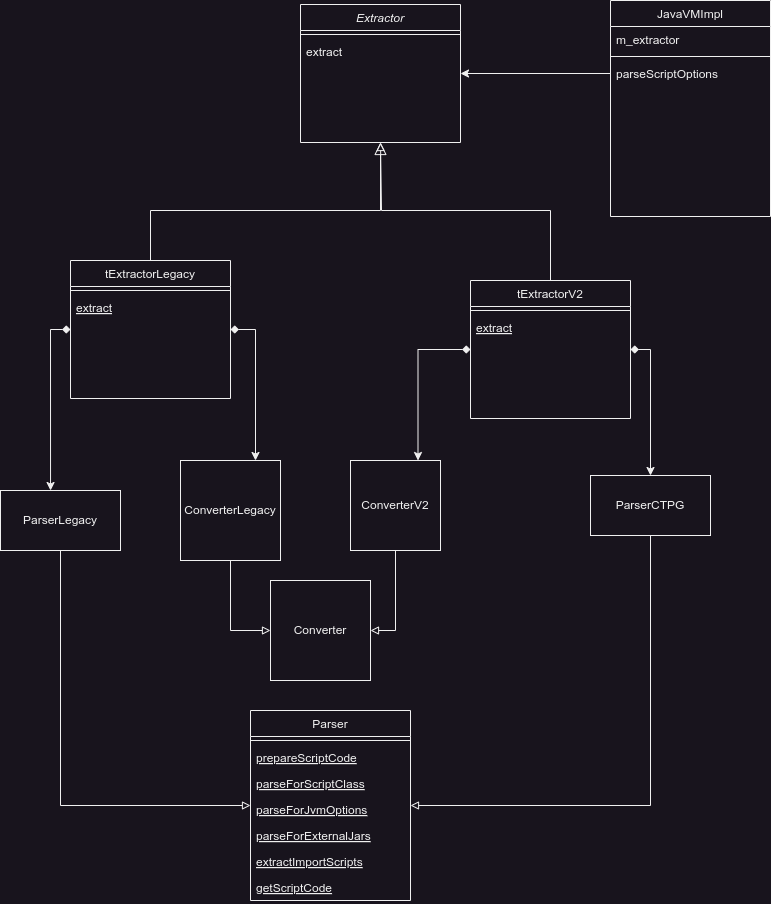
exasol/script-languages keeps this draw.io diagram as exaudfclient/docs/java_script_options_parser.drawio.png. Above is the earlier version. Source tidied: cells renumbered, new cells last; positions are measured from the earlier drawing's top-left corner, leaving out a move shared by most shapes. Its diagram source:
```xml
<mxGraphModel>
  <root>
    <mxCell id="0" />
    <mxCell id="1" parent="0" />
    <mxCell id="2" value="Extractor" style="swimlane;fontStyle=2;align=center;verticalAlign=top;horizontal=1;startSize=26;rounded=0;shadow=0;strokeWidth=1;" parent="1" vertex="1">
      <mxGeometry x="300" y="4" width="160" height="138" as="geometry" />
    </mxCell>
    <mxCell id="3" style="line;html=1;strokeWidth=1;align=left;verticalAlign=middle;spacingTop=-1;spacingLeft=3;spacingRight=3;labelPosition=right;" parent="2" vertex="1">
      <mxGeometry y="26" width="160" height="8" as="geometry" />
    </mxCell>
    <mxCell id="4" value="extract" style="text;align=left;verticalAlign=top;spacingLeft=4;spacingRight=4;overflow=hidden;" parent="2" vertex="1">
      <mxGeometry y="34" width="160" height="26" as="geometry" />
    </mxCell>
    <mxCell id="5" style="edgeStyle=orthogonalEdgeStyle;rounded=0;jettySize=auto;html=1;exitX=1;exitY=0.5;exitDx=0;exitDy=0;entryX=0.75;entryY=0;entryDx=0;entryDy=0;startArrow=diamond;startFill=1;" parent="1" edge="1" source="6" target="19">
      <mxGeometry relative="1" as="geometry" />
    </mxCell>
    <mxCell id="6" value="tExtractorLegacy" style="swimlane;fontStyle=0;align=center;verticalAlign=top;horizontal=1;startSize=26;rounded=0;shadow=0;strokeWidth=1;" parent="1" vertex="1">
      <mxGeometry x="70" y="260" width="160" height="138" as="geometry" />
    </mxCell>
    <mxCell id="7" style="line;html=1;strokeWidth=1;align=left;verticalAlign=middle;spacingTop=-1;spacingLeft=3;spacingRight=3;labelPosition=right;" parent="6" vertex="1">
      <mxGeometry y="26" width="160" height="8" as="geometry" />
    </mxCell>
    <mxCell id="8" value="extract" style="text;align=left;verticalAlign=top;spacingLeft=4;spacingRight=4;overflow=hidden;fontStyle=4;" parent="6" vertex="1">
      <mxGeometry y="34" width="160" height="26" as="geometry" />
    </mxCell>
    <mxCell id="9" style="endArrow=block;endSize=10;endFill=0;shadow=0;strokeWidth=1;rounded=0;curved=0;edgeStyle=elbowEdgeStyle;elbow=vertical;" parent="1" edge="1" source="6" target="2">
      <mxGeometry relative="1" as="geometry">
        <Array as="points">
          <mxPoint x="270" y="210" />
        </Array>
      </mxGeometry>
    </mxCell>
    <mxCell id="10" value="JavaVMImpl" style="swimlane;fontStyle=0;align=center;verticalAlign=top;horizontal=1;startSize=26;rounded=0;shadow=0;strokeWidth=1;" parent="1" vertex="1">
      <mxGeometry x="610" width="160" height="216" as="geometry" />
    </mxCell>
    <mxCell id="11" value="m_extractor" style="text;align=left;verticalAlign=top;spacingLeft=4;spacingRight=4;overflow=hidden;rounded=0;shadow=0;html=0;" parent="10" vertex="1">
      <mxGeometry y="26" width="160" height="26" as="geometry" />
    </mxCell>
    <mxCell id="12" style="line;html=1;strokeWidth=1;align=left;verticalAlign=middle;spacingTop=-1;spacingLeft=3;spacingRight=3;labelPosition=right;" parent="10" vertex="1">
      <mxGeometry y="52" width="160" height="8" as="geometry" />
    </mxCell>
    <mxCell id="13" value="parseScriptOptions" style="text;align=left;verticalAlign=top;spacingLeft=4;spacingRight=4;overflow=hidden;points=[[0,0.5],[1,0.5]];portConstraint=eastwest;" parent="10" vertex="1">
      <mxGeometry y="60" width="160" height="26" as="geometry" />
    </mxCell>
    <mxCell id="14" style="edgeStyle=orthogonalEdgeStyle;rounded=0;jettySize=auto;html=1;exitX=0.5;exitY=1;exitDx=0;exitDy=0;entryX=0;entryY=0.5;entryDx=0;entryDy=0;endArrow=block;endFill=0;" parent="1" edge="1" source="15" target="30">
      <mxGeometry relative="1" as="geometry" />
    </mxCell>
    <mxCell id="15" value="ParserLegacy" style="rounded=0;whiteSpace=wrap;html=1;" parent="1" vertex="1">
      <mxGeometry y="490" width="120" height="60" as="geometry" />
    </mxCell>
    <mxCell id="16" style="edgeStyle=orthogonalEdgeStyle;rounded=0;jettySize=auto;html=1;exitX=0.5;exitY=1;exitDx=0;exitDy=0;entryX=1;entryY=0.5;entryDx=0;entryDy=0;endArrow=block;endFill=0;" parent="1" edge="1" source="17" target="30">
      <mxGeometry relative="1" as="geometry" />
    </mxCell>
    <mxCell id="17" value="ParserCTPG" style="rounded=0;whiteSpace=wrap;html=1;" parent="1" vertex="1">
      <mxGeometry x="590" y="475" width="120" height="60" as="geometry" />
    </mxCell>
    <mxCell id="18" style="edgeStyle=orthogonalEdgeStyle;rounded=0;jettySize=auto;html=1;exitX=0.5;exitY=1;exitDx=0;exitDy=0;entryX=0;entryY=0.5;entryDx=0;entryDy=0;endArrow=block;endFill=0;" parent="1" edge="1" source="19" target="38">
      <mxGeometry relative="1" as="geometry" />
    </mxCell>
    <mxCell id="19" value="ConverterLegacy" style="whiteSpace=wrap;html=1;" parent="1" vertex="1">
      <mxGeometry x="180" y="460" width="100" height="100" as="geometry" />
    </mxCell>
    <mxCell id="20" style="edgeStyle=orthogonalEdgeStyle;rounded=0;jettySize=auto;html=1;exitX=0.5;exitY=1;exitDx=0;exitDy=0;entryX=1;entryY=0.5;entryDx=0;entryDy=0;endArrow=block;endFill=0;" parent="1" edge="1" source="21" target="38">
      <mxGeometry relative="1" as="geometry" />
    </mxCell>
    <mxCell id="21" value="ConverterV2" style="whiteSpace=wrap;html=1;" parent="1" vertex="1">
      <mxGeometry x="350" y="460" width="90" height="90" as="geometry" />
    </mxCell>
    <mxCell id="22" style="edgeStyle=orthogonalEdgeStyle;rounded=0;jettySize=auto;html=1;entryX=0.75;entryY=0;entryDx=0;entryDy=0;startArrow=diamond;startFill=1;exitX=0;exitY=0.5;exitDx=0;exitDy=0;" parent="1" edge="1" source="25" target="21">
      <mxGeometry relative="1" as="geometry" />
    </mxCell>
    <mxCell id="23" style="edgeStyle=orthogonalEdgeStyle;rounded=0;jettySize=auto;html=1;exitX=0.5;exitY=0;exitDx=0;exitDy=0;endArrow=block;endFill=0;entryX=0.5;entryY=1;entryDx=0;entryDy=0;" parent="1" edge="1" source="25" target="2">
      <mxGeometry relative="1" as="geometry">
        <Array as="points">
          <mxPoint x="550" y="210" />
          <mxPoint x="381" y="210" />
        </Array>
      </mxGeometry>
    </mxCell>
    <mxCell id="24" style="edgeStyle=orthogonalEdgeStyle;rounded=0;jettySize=auto;html=1;exitX=1;exitY=0.5;exitDx=0;exitDy=0;entryX=0.5;entryY=0;entryDx=0;entryDy=0;startArrow=diamond;startFill=1;" parent="1" edge="1" source="25" target="17">
      <mxGeometry relative="1" as="geometry" />
    </mxCell>
    <mxCell id="25" value="tExtractorV2" style="swimlane;fontStyle=0;align=center;verticalAlign=top;horizontal=1;startSize=26;rounded=0;shadow=0;strokeWidth=1;" parent="1" vertex="1">
      <mxGeometry x="470" y="280" width="160" height="138" as="geometry" />
    </mxCell>
    <mxCell id="26" style="line;html=1;strokeWidth=1;align=left;verticalAlign=middle;spacingTop=-1;spacingLeft=3;spacingRight=3;labelPosition=right;" parent="25" vertex="1">
      <mxGeometry y="26" width="160" height="8" as="geometry" />
    </mxCell>
    <mxCell id="27" value="extract" style="text;align=left;verticalAlign=top;spacingLeft=4;spacingRight=4;overflow=hidden;fontStyle=4;" parent="25" vertex="1">
      <mxGeometry y="34" width="160" height="26" as="geometry" />
    </mxCell>
    <mxCell id="28" style="edgeStyle=orthogonalEdgeStyle;rounded=0;jettySize=auto;html=1;exitX=0;exitY=0.5;exitDx=0;exitDy=0;entryX=0.417;entryY=0;entryDx=0;entryDy=0;entryPerimeter=0;startArrow=diamond;startFill=1;" parent="1" edge="1" source="6" target="15">
      <mxGeometry relative="1" as="geometry" />
    </mxCell>
    <mxCell id="29" style="edgeStyle=orthogonalEdgeStyle;rounded=0;jettySize=auto;html=1;exitX=0;exitY=0.5;exitDx=0;exitDy=0;entryX=1;entryY=0.5;entryDx=0;entryDy=0;" parent="1" edge="1" source="13" target="2">
      <mxGeometry relative="1" as="geometry" />
    </mxCell>
    <mxCell id="30" value="Parser" style="swimlane;fontStyle=0;align=center;verticalAlign=top;horizontal=1;startSize=26;rounded=0;shadow=0;strokeWidth=1;" parent="1" vertex="1">
      <mxGeometry x="250" y="710" width="160" height="190" as="geometry" />
    </mxCell>
    <mxCell id="31" style="line;html=1;strokeWidth=1;align=left;verticalAlign=middle;spacingTop=-1;spacingLeft=3;spacingRight=3;labelPosition=right;" parent="30" vertex="1">
      <mxGeometry y="26" width="160" height="8" as="geometry" />
    </mxCell>
    <mxCell id="32" value="prepareScriptCode&#10;" style="text;align=left;verticalAlign=top;spacingLeft=4;spacingRight=4;overflow=hidden;fontStyle=4;" parent="30" vertex="1">
      <mxGeometry y="34" width="160" height="26" as="geometry" />
    </mxCell>
    <mxCell id="33" value="parseForScriptClass&#10;" style="text;align=left;verticalAlign=top;spacingLeft=4;spacingRight=4;overflow=hidden;fontStyle=4;" parent="30" vertex="1">
      <mxGeometry y="60" width="160" height="26" as="geometry" />
    </mxCell>
    <mxCell id="34" value="parseForJvmOptions&#10;" style="text;align=left;verticalAlign=top;spacingLeft=4;spacingRight=4;overflow=hidden;fontStyle=4;" parent="30" vertex="1">
      <mxGeometry y="86" width="160" height="26" as="geometry" />
    </mxCell>
    <mxCell id="35" value="parseForExternalJars&#10;" style="text;align=left;verticalAlign=top;spacingLeft=4;spacingRight=4;overflow=hidden;fontStyle=4;" parent="30" vertex="1">
      <mxGeometry y="112" width="160" height="26" as="geometry" />
    </mxCell>
    <mxCell id="36" value="extractImportScripts&#10;" style="text;align=left;verticalAlign=top;spacingLeft=4;spacingRight=4;overflow=hidden;fontStyle=4;" parent="30" vertex="1">
      <mxGeometry y="138" width="160" height="26" as="geometry" />
    </mxCell>
    <mxCell id="37" value="getScriptCode&#10;" style="text;align=left;verticalAlign=top;spacingLeft=4;spacingRight=4;overflow=hidden;fontStyle=4;" parent="30" vertex="1">
      <mxGeometry y="164" width="160" height="26" as="geometry" />
    </mxCell>
    <mxCell id="38" value="Converter" style="whiteSpace=wrap;html=1;" parent="1" vertex="1">
      <mxGeometry x="270" y="580" width="100" height="100" as="geometry" />
    </mxCell>
  </root>
</mxGraphModel>
```
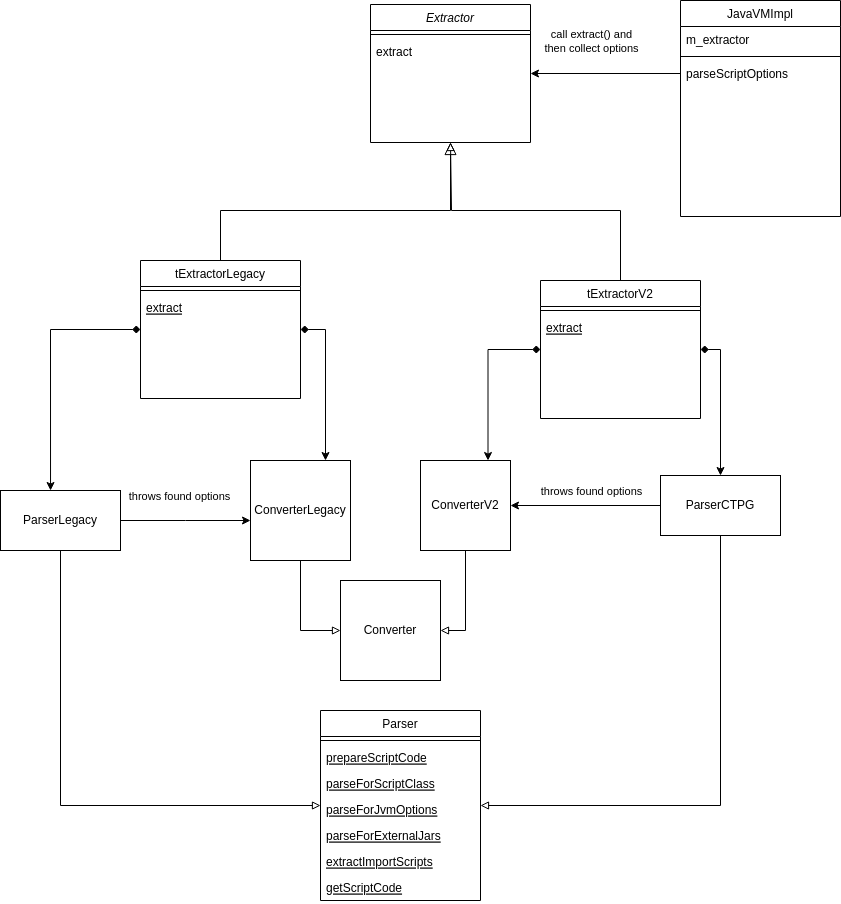
Above is the later version.

Diff of the diagram source:
```diff
@@ -46,7 +46,7 @@
       <mxGeometry relative="1" as="geometry" />
     </mxCell>
     <mxCell id="15" value="ParserLegacy" style="rounded=0;whiteSpace=wrap;html=1;" parent="1" vertex="1">
-      <mxGeometry y="490" width="120" height="60" as="geometry" />
+      <mxGeometry x="-70" y="490" width="120" height="60" as="geometry" />
     </mxCell>
     <mxCell id="16" style="edgeStyle=orthogonalEdgeStyle;rounded=0;jettySize=auto;html=1;exitX=0.5;exitY=1;exitDx=0;exitDy=0;entryX=1;entryY=0.5;entryDx=0;entryDy=0;endArrow=block;endFill=0;" parent="1" edge="1" source="17" target="30">
       <mxGeometry relative="1" as="geometry" />
@@ -92,9 +92,6 @@
     <mxCell id="28" style="edgeStyle=orthogonalEdgeStyle;rounded=0;jettySize=auto;html=1;exitX=0;exitY=0.5;exitDx=0;exitDy=0;entryX=0.417;entryY=0;entryDx=0;entryDy=0;entryPerimeter=0;startArrow=diamond;startFill=1;" parent="1" edge="1" source="6" target="15">
       <mxGeometry relative="1" as="geometry" />
     </mxCell>
-    <mxCell id="29" style="edgeStyle=orthogonalEdgeStyle;rounded=0;jettySize=auto;html=1;exitX=0;exitY=0.5;exitDx=0;exitDy=0;entryX=1;entryY=0.5;entryDx=0;entryDy=0;" parent="1" edge="1" source="13" target="2">
-      <mxGeometry relative="1" as="geometry" />
-    </mxCell>
     <mxCell id="30" value="Parser" style="swimlane;fontStyle=0;align=center;verticalAlign=top;horizontal=1;startSize=26;rounded=0;shadow=0;strokeWidth=1;" parent="1" vertex="1">
       <mxGeometry x="250" y="710" width="160" height="190" as="geometry" />
     </mxCell>
@@ -122,5 +119,37 @@
     <mxCell id="38" value="Converter" style="whiteSpace=wrap;html=1;" parent="1" vertex="1">
       <mxGeometry x="270" y="580" width="100" height="100" as="geometry" />
     </mxCell>
+    <mxCell id="39" style="edgeStyle=orthogonalEdgeStyle;rounded=0;orthogonalLoop=1;jettySize=auto;html=1;exitX=0;exitY=0.5;exitDx=0;exitDy=0;entryX=1;entryY=0.5;entryDx=0;entryDy=0;" parent="1" edge="1">
+      <mxGeometry relative="1" as="geometry">
+        <mxPoint x="590" y="505" as="sourcePoint" />
+        <mxPoint x="440" y="505" as="targetPoint" />
+      </mxGeometry>
+    </mxCell>
+    <mxCell id="40" value="throws found options" style="edgeLabel;html=1;align=center;verticalAlign=middle;" parent="39" vertex="1">
+      <mxGeometry x="-0.21" y="2" relative="1" as="geometry">
+        <mxPoint x="-11" y="-17" as="offset" />
+      </mxGeometry>
+    </mxCell>
+    <mxCell id="41" style="edgeStyle=orthogonalEdgeStyle;rounded=0;jettySize=auto;html=1;exitX=1;exitY=0.5;exitDx=0;exitDy=0;entryX=0;entryY=0.5;entryDx=0;entryDy=0;" parent="1" edge="1" source="15">
+      <mxGeometry relative="1" as="geometry">
+        <mxPoint x="180" y="520" as="targetPoint" />
+      </mxGeometry>
+    </mxCell>
+    <mxCell id="42" value="throws found options" style="edgeLabel;html=1;align=center;verticalAlign=middle;" parent="41" vertex="1">
+      <mxGeometry y="-1" relative="1" as="geometry">
+        <mxPoint x="-6" y="-25" as="offset" />
+      </mxGeometry>
+    </mxCell>
+    <mxCell id="43" style="edgeStyle=orthogonalEdgeStyle;rounded=0;orthogonalLoop=1;jettySize=auto;html=1;exitX=0;exitY=0.5;exitDx=0;exitDy=0;entryX=1;entryY=0.5;entryDx=0;entryDy=0;" parent="1" edge="1">
+      <mxGeometry relative="1" as="geometry">
+        <mxPoint x="610" y="73" as="sourcePoint" />
+        <mxPoint x="460" y="73" as="targetPoint" />
+      </mxGeometry>
+    </mxCell>
+    <mxCell id="44" value="call extract() and &lt;br&gt;then collect options" style="edgeLabel;html=1;align=center;verticalAlign=middle;" parent="43" vertex="1">
+      <mxGeometry x="0.15" y="-2" relative="1" as="geometry">
+        <mxPoint x="-4" y="-31" as="offset" />
+      </mxGeometry>
+    </mxCell>
   </root>
 </mxGraphModel>
```
